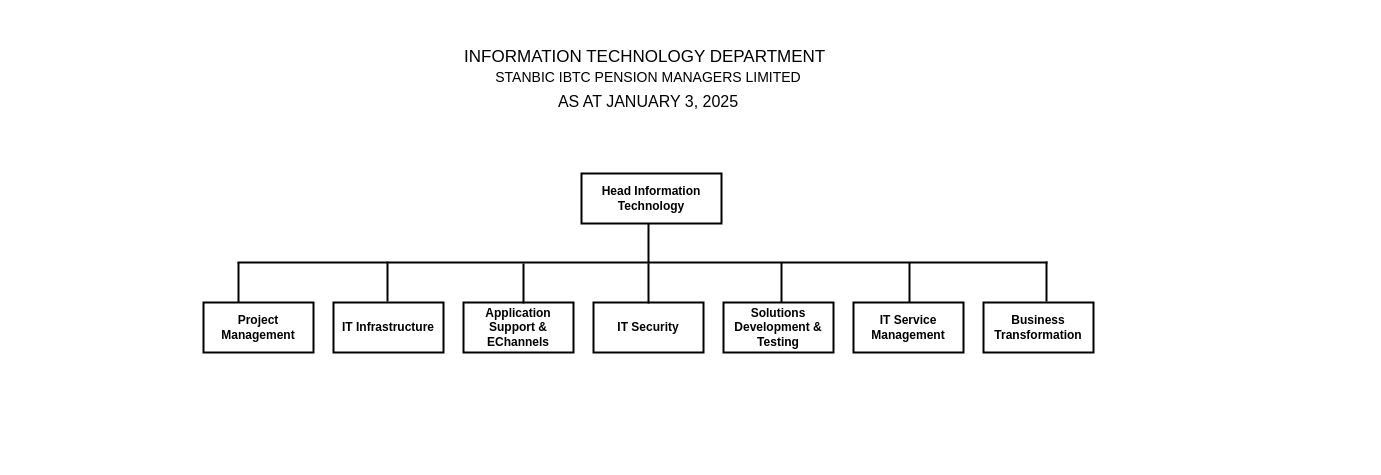
Above: page "High Level" (3 of 3) of organogram.drawio in Great-B/standard-arch-diagrams (draw.io), before the change. Source tidied: cells renumbered, new cells numbered last; positions are measured from the earlier drawing's top-left corner, leaving out a move shared by most shapes. Both pictures are drawn from the tidied source at 100%, with x=0, y=0 at pixel (109, 27).
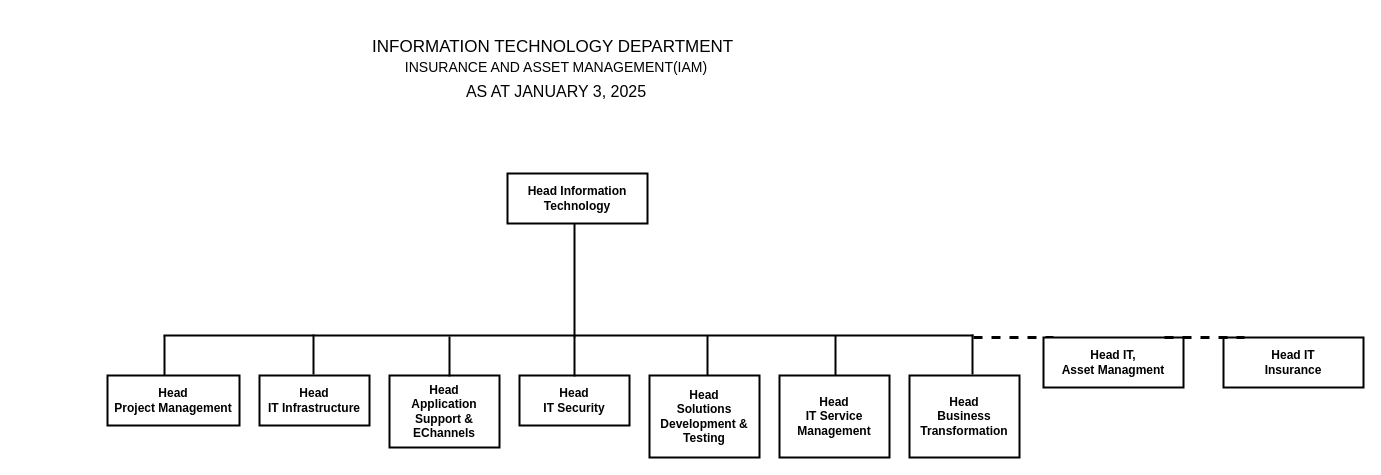
The same page after the edit.

What changed in the source:
```diff
@@
-    <mxCell id="2" style="group;" parent="1" vertex="1">
-      <mxGeometry x="72" y="80" width="912" height="260" as="geometry" />
+    <mxCell id="2" style="group;fillColor=none;" parent="1" vertex="1">
+      <mxGeometry x="-2" y="80" width="912" height="350" as="geometry" />
     </mxCell>
@@
-    <mxCell id="4" value="&lt;b&gt;&lt;font face=&quot;Helvetica&quot;&gt;Project Management&lt;/font&gt;&lt;/b&gt;" style="rounded=0;whiteSpace=wrap;html=1;strokeWidth=2;" parent="2" vertex="1">
-      <mxGeometry x="22" y="195" width="110" height="50" as="geometry" />
+    <mxCell id="4" value="&lt;b&gt;&lt;font face=&quot;Helvetica&quot;&gt;Head&lt;br&gt;Project Management&lt;/font&gt;&lt;/b&gt;" style="rounded=0;whiteSpace=wrap;html=1;strokeWidth=2;" parent="2" vertex="1">
+      <mxGeometry y="268" width="132" height="50" as="geometry" />
     </mxCell>
-    <mxCell id="5" value="&lt;b&gt;&lt;font face=&quot;Helvetica&quot;&gt;IT Infrastructure&lt;/font&gt;&lt;/b&gt;" style="rounded=0;whiteSpace=wrap;html=1;strokeWidth=2;" parent="2" vertex="1">
-      <mxGeometry x="152" y="195" width="110" height="50" as="geometry" />
+    <mxCell id="5" value="&lt;b&gt;&lt;font face=&quot;Helvetica&quot;&gt;Head&lt;br&gt;IT Infrastructure&lt;/font&gt;&lt;/b&gt;" style="rounded=0;whiteSpace=wrap;html=1;strokeWidth=2;" parent="2" vertex="1">
+      <mxGeometry x="152" y="268" width="110" height="50" as="geometry" />
     </mxCell>
-    <mxCell id="6" value="&lt;b&gt;&lt;font face=&quot;Helvetica&quot;&gt;Application Support &amp;amp; EChannels&lt;/font&gt;&lt;/b&gt;" style="rounded=0;whiteSpace=wrap;html=1;strokeWidth=2;" parent="2" vertex="1">
-      <mxGeometry x="282" y="195" width="110" height="50" as="geometry" />
+    <mxCell id="6" value="&lt;b&gt;&lt;font face=&quot;Helvetica&quot;&gt;Head&lt;br&gt;Application Support &amp;amp; EChannels&lt;/font&gt;&lt;/b&gt;" style="rounded=0;whiteSpace=wrap;html=1;strokeWidth=2;" parent="2" vertex="1">
+      <mxGeometry x="282" y="268" width="110" height="72" as="geometry" />
     </mxCell>
-    <mxCell id="7" value="&lt;b&gt;IT Security&lt;/b&gt;" style="rounded=0;whiteSpace=wrap;html=1;strokeWidth=2;" parent="2" vertex="1">
-      <mxGeometry x="412" y="195" width="110" height="50" as="geometry" />
+    <mxCell id="7" value="&lt;b&gt;Head&lt;br&gt;IT Security&lt;/b&gt;" style="rounded=0;whiteSpace=wrap;html=1;strokeWidth=2;" parent="2" vertex="1">
+      <mxGeometry x="412" y="268" width="110" height="50" as="geometry" />
     </mxCell>
-    <mxCell id="8" value="&lt;b&gt;&lt;font face=&quot;Helvetica&quot;&gt;Solutions Development &amp;amp; Testing&lt;/font&gt;&lt;/b&gt;" style="rounded=0;whiteSpace=wrap;html=1;strokeWidth=2;" parent="2" vertex="1">
-      <mxGeometry x="542" y="195" width="110" height="50" as="geometry" />
+    <mxCell id="8" value="&lt;b&gt;&lt;font face=&quot;Helvetica&quot;&gt;Head&lt;br&gt;Solutions Development &amp;amp; Testing&lt;/font&gt;&lt;/b&gt;" style="rounded=0;whiteSpace=wrap;html=1;strokeWidth=2;" parent="2" vertex="1">
+      <mxGeometry x="542" y="268" width="110" height="82" as="geometry" />
     </mxCell>
-    <mxCell id="9" value="&lt;b&gt;&lt;font face=&quot;Helvetica&quot;&gt;IT Service Management&lt;/font&gt;&lt;/b&gt;" style="rounded=0;whiteSpace=wrap;html=1;strokeWidth=2;" parent="2" vertex="1">
-      <mxGeometry x="672" y="195" width="110" height="50" as="geometry" />
+    <mxCell id="9" value="&lt;b&gt;&lt;font face=&quot;Helvetica&quot;&gt;Head&lt;br&gt;IT Service Management&lt;/font&gt;&lt;/b&gt;" style="rounded=0;whiteSpace=wrap;html=1;strokeWidth=2;" parent="2" vertex="1">
+      <mxGeometry x="672" y="268" width="110" height="82" as="geometry" />
     </mxCell>
-    <mxCell id="10" value="&lt;b&gt;&lt;font face=&quot;Helvetica&quot;&gt;Business Transformation&lt;/font&gt;&lt;/b&gt;" style="rounded=0;whiteSpace=wrap;html=1;strokeWidth=2;" parent="2" vertex="1">
-      <mxGeometry x="802" y="195" width="110" height="50" as="geometry" />
+    <mxCell id="10" value="&lt;b&gt;&lt;font face=&quot;Helvetica&quot;&gt;Head&lt;br&gt;Business Transformation&lt;/font&gt;&lt;/b&gt;" style="rounded=0;whiteSpace=wrap;html=1;strokeWidth=2;" parent="2" vertex="1">
+      <mxGeometry x="802" y="268" width="110" height="82" as="geometry" />
     </mxCell>
     <mxCell id="11" style="endArrow=none;html=1;rounded=0;strokeWidth=2;" parent="2" edge="1">
       <mxGeometry relative="1" as="geometry">
-        <mxPoint x="56" y="155" as="sourcePoint" />
-        <mxPoint x="866" y="155" as="targetPoint" />
+        <mxPoint x="56" y="228" as="sourcePoint" />
+        <mxPoint x="866" y="228" as="targetPoint" />
       </mxGeometry>
     </mxCell>
     <mxCell id="12" style="endArrow=none;html=1;rounded=0;strokeWidth=2;" parent="2" edge="1">
       <mxGeometry relative="1" as="geometry">
-        <mxPoint x="57" y="195" as="sourcePoint" />
-        <mxPoint x="57" y="155" as="targetPoint" />
+        <mxPoint x="57" y="268" as="sourcePoint" />
+        <mxPoint x="57" y="228" as="targetPoint" />
       </mxGeometry>
     </mxCell>
     <mxCell id="13" style="endArrow=none;html=1;rounded=0;strokeWidth=2;" parent="2" edge="1">
       <mxGeometry relative="1" as="geometry">
-        <mxPoint x="206" y="194" as="sourcePoint" />
-        <mxPoint x="206" y="154" as="targetPoint" />
+        <mxPoint x="206" y="267" as="sourcePoint" />
+        <mxPoint x="206" y="227" as="targetPoint" />
       </mxGeometry>
     </mxCell>
     <mxCell id="14" style="endArrow=none;html=1;rounded=0;strokeWidth=2;" parent="2" edge="1">
       <mxGeometry relative="1" as="geometry">
-        <mxPoint x="342" y="196" as="sourcePoint" />
-        <mxPoint x="342" y="156" as="targetPoint" />
+        <mxPoint x="342" y="269" as="sourcePoint" />
+        <mxPoint x="342" y="229" as="targetPoint" />
       </mxGeometry>
     </mxCell>
     <mxCell id="15" style="endArrow=none;html=1;rounded=0;strokeWidth=2;" parent="2" edge="1">
       <mxGeometry relative="1" as="geometry">
-        <mxPoint x="467" y="196" as="sourcePoint" />
-        <mxPoint x="467" y="156" as="targetPoint" />
+        <mxPoint x="467" y="269" as="sourcePoint" />
+        <mxPoint x="467" y="229" as="targetPoint" />
       </mxGeometry>
     </mxCell>
     <mxCell id="16" style="endArrow=none;html=1;rounded=0;strokeWidth=2;" parent="2" edge="1">
       <mxGeometry relative="1" as="geometry">
-        <mxPoint x="600" y="195" as="sourcePoint" />
-        <mxPoint x="600" y="155" as="targetPoint" />
+        <mxPoint x="600" y="268" as="sourcePoint" />
+        <mxPoint x="600" y="228" as="targetPoint" />
       </mxGeometry>
     </mxCell>
     <mxCell id="17" style="endArrow=none;html=1;rounded=0;strokeWidth=2;" parent="2" edge="1">
       <mxGeometry relative="1" as="geometry">
-        <mxPoint x="728" y="195" as="sourcePoint" />
-        <mxPoint x="728" y="155" as="targetPoint" />
+        <mxPoint x="728" y="268" as="sourcePoint" />
+        <mxPoint x="728" y="228" as="targetPoint" />
       </mxGeometry>
     </mxCell>
     <mxCell id="18" style="endArrow=none;html=1;rounded=0;strokeWidth=2;" parent="2" edge="1">
       <mxGeometry relative="1" as="geometry">
-        <mxPoint x="865" y="194" as="sourcePoint" />
-        <mxPoint x="865" y="154" as="targetPoint" />
+        <mxPoint x="865" y="267" as="sourcePoint" />
+        <mxPoint x="865" y="227" as="targetPoint" />
       </mxGeometry>
     </mxCell>
     <mxCell id="19" style="endArrow=none;html=1;rounded=0;strokeWidth=2;" parent="2" edge="1">
       <mxGeometry relative="1" as="geometry">
-        <mxPoint x="467" y="156" as="sourcePoint" />
+        <mxPoint x="467" y="230" as="sourcePoint" />
         <mxPoint x="467" y="116" as="targetPoint" />
       </mxGeometry>
     </mxCell>
+    <mxCell id="21" style="endArrow=none;dashed=1;html=1;rounded=0;strokeWidth=3;" parent="2" edge="1">
+      <mxGeometry relative="1" as="geometry">
+        <mxPoint x="866" y="230" as="sourcePoint" />
+        <mxPoint x="946" y="230" as="targetPoint" />
+      </mxGeometry>
+    </mxCell>
-    <mxCell id="20" value="&lt;div style=&quot;&quot;&gt;&lt;font style=&quot;&quot;&gt;&lt;font style=&quot;&quot;&gt;&lt;span style=&quot;background-color: initial;&quot;&gt;&lt;font style=&quot;font-size: 17px;&quot;&gt;INFORMATION TECHNOLOGY DEPARTMENT&lt;/font&gt;&lt;/span&gt;&lt;span style=&quot;font-size: 24px; background-color: initial;&quot;&gt;&amp;nbsp;&lt;br&gt;&lt;/span&gt;&lt;font style=&quot;font-size: 14px;&quot;&gt;STANBIC IBTC PENSION MANAGERS LIMITED&lt;/font&gt;&lt;/font&gt;&lt;/font&gt;&lt;div style=&quot;font-size: 23px;&quot;&gt;&lt;font size=&quot;3&quot; style=&quot;&quot;&gt;AS AT JANUARY 3, 2025&lt;/font&gt;&lt;/div&gt;&lt;/div&gt;" style="rounded=0;whiteSpace=wrap;html=1;strokeColor=none;fillColor=none;" parent="1" vertex="1">
-      <mxGeometry width="1078" height="98" as="geometry" />
+    <mxCell id="20" value="&lt;div style=&quot;&quot;&gt;&lt;font style=&quot;&quot;&gt;&lt;font style=&quot;&quot;&gt;&lt;span style=&quot;background-color: initial;&quot;&gt;&lt;font style=&quot;font-size: 17px;&quot;&gt;INFORMATION TECHNOLOGY DEPARTMENT&lt;/font&gt;&lt;/span&gt;&lt;span style=&quot;font-size: 24px; background-color: initial;&quot;&gt;&amp;nbsp;&lt;br&gt;&lt;/span&gt;&lt;span style=&quot;font-size: 14px;&quot;&gt;INSURANCE AND ASSET MANAGEMENT(IAM)&lt;/span&gt;&lt;br&gt;&lt;/font&gt;&lt;/font&gt;&lt;div style=&quot;font-size: 23px;&quot;&gt;&lt;font size=&quot;3&quot; style=&quot;&quot;&gt;AS AT JANUARY 3, 2025&lt;/font&gt;&lt;/div&gt;&lt;/div&gt;" style="rounded=0;whiteSpace=wrap;html=1;strokeColor=none;fillColor=none;" parent="1" vertex="1">
+      <mxGeometry x="-92" y="-10" width="1078" height="98" as="geometry" />
     </mxCell>
+    <mxCell id="22" value="&lt;b&gt;&lt;font face=&quot;Helvetica&quot;&gt;Head IT, &lt;br&gt;Asset Managment&lt;/font&gt;&lt;/b&gt;" style="rounded=0;whiteSpace=wrap;html=1;strokeWidth=2;" parent="1" vertex="1">
+      <mxGeometry x="934" y="310" width="140" height="50" as="geometry" />
+    </mxCell>
+    <mxCell id="23" value="&lt;b&gt;&lt;font face=&quot;Helvetica&quot;&gt;Head IT&lt;br&gt;Insurance&lt;/font&gt;&lt;/b&gt;" style="rounded=0;whiteSpace=wrap;html=1;strokeWidth=2;" parent="1" vertex="1">
+      <mxGeometry x="1114" y="310" width="140" height="50" as="geometry" />
+    </mxCell>
+    <mxCell id="24" style="endArrow=none;dashed=1;html=1;rounded=0;strokeWidth=3;" parent="1" edge="1">
+      <mxGeometry relative="1" as="geometry">
+        <mxPoint x="1055" y="310" as="sourcePoint" />
+        <mxPoint x="1135" y="310" as="targetPoint" />
+      </mxGeometry>
+    </mxCell>
```
